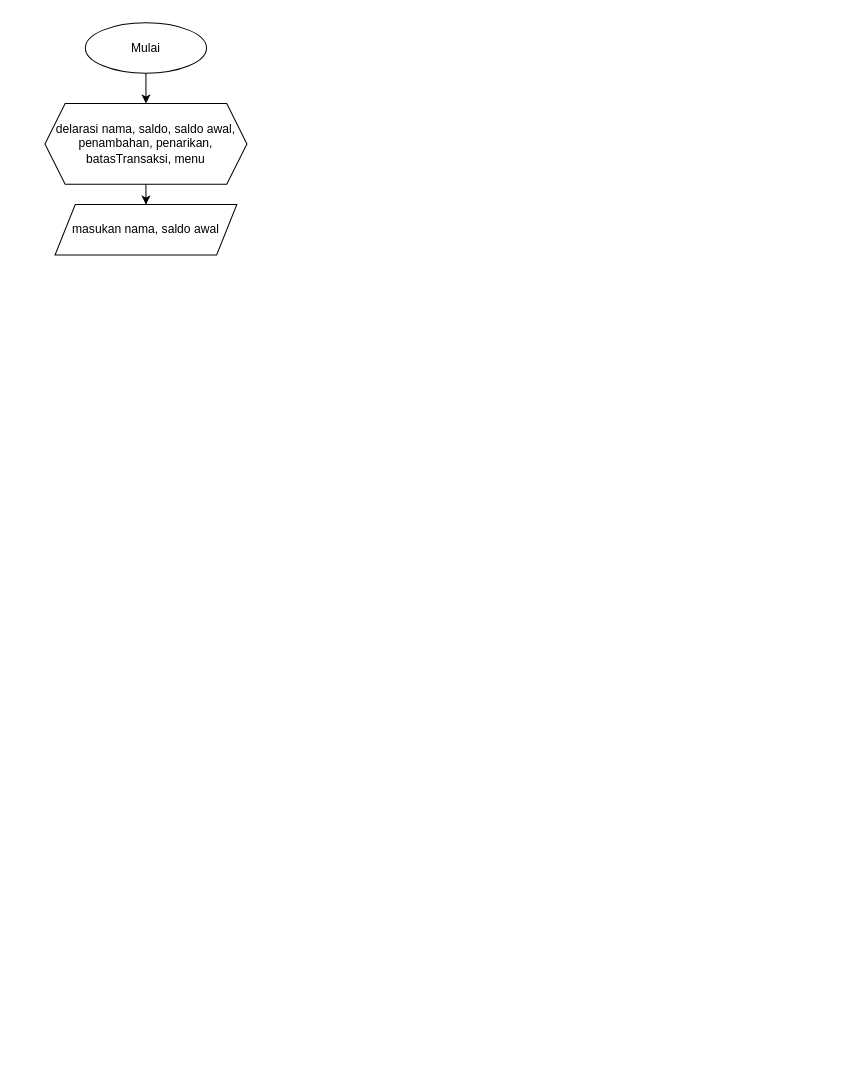
This is Untitled Diagram.drawio from zamzam-mugny/sage.github.io, a draw.io file, before an edit. Source tidied: cells renumbered, new cells numbered last; positions are measured from the earlier drawing's top-left corner, leaving out a move shared by most shapes. Both pictures are drawn from the tidied source at 101%, with x=0, y=0 at pixel (44, 22).
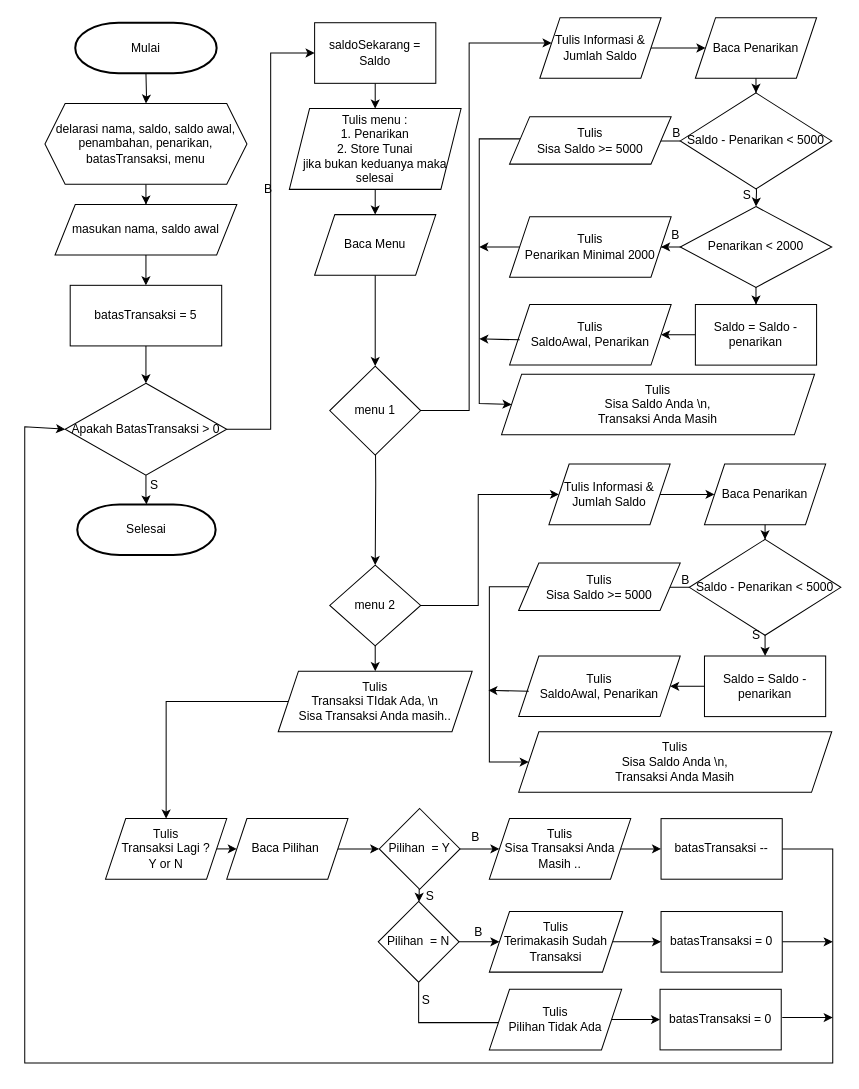
The same diagram, later.

Unchanged cells that the change refers to:
```xml
<mxCell id="5" value="delarasi nama, saldo, saldo awal, penambahan, penarikan, batasTransaksi, menu" style="shape=hexagon;perimeter=hexagonPerimeter2;whiteSpace=wrap;html=1;fixedSize=1;" parent="1" vertex="1">
  <mxGeometry y="80" width="200" height="80" as="geometry" />
</mxCell>
<mxCell id="6" value="masukan nama, saldo awal&lt;br&gt;" style="shape=parallelogram;perimeter=parallelogramPerimeter;whiteSpace=wrap;html=1;fixedSize=1;" parent="1" vertex="1">
  <mxGeometry x="10" y="180" width="180" height="50" as="geometry" />
</mxCell>
```

Diff of the diagram source:
```diff
@@
-    <mxCell id="2" style="edgeStyle=orthogonalEdgeStyle;rounded=0;jettySize=auto;html=1;" parent="1" edge="1" source="3" target="5">
-      <mxGeometry relative="1" as="geometry" />
+    <mxCell id="2" style="edgeStyle=orthogonalEdgeStyle;rounded=0;jettySize=auto;html=1;" parent="1" edge="1" target="5">
+      <mxGeometry relative="1" as="geometry">
+        <mxPoint x="100" y="50" as="sourcePoint" />
+      </mxGeometry>
     </mxCell>
-    <mxCell id="3" value="Mulai" style="ellipse;whiteSpace=wrap;html=1;" parent="1" vertex="1">
-      <mxGeometry x="40" width="120" height="50" as="geometry" />
-    </mxCell>
@@
+    <mxCell id="7" style="edgeStyle=orthogonalEdgeStyle;rounded=0;jettySize=auto;html=1;" parent="1" edge="1" source="6" target="17">
+      <mxGeometry relative="1" as="geometry" />
+    </mxCell>
@@
+    <mxCell id="8" style="edgeStyle=orthogonalEdgeStyle;rounded=0;jettySize=auto;html=1;entryX=0;entryY=0.5;entryDx=0;entryDy=0;" parent="1" edge="1" source="10" target="12">
+      <mxGeometry relative="1" as="geometry" />
+    </mxCell>
+    <mxCell id="9" style="edgeStyle=orthogonalEdgeStyle;rounded=0;jettySize=auto;html=1;" parent="1" edge="1" source="10" target="15">
+      <mxGeometry relative="1" as="geometry" />
+    </mxCell>
+    <mxCell id="10" value="Apakah BatasTransaksi &amp;gt; 0" style="rhombus;whiteSpace=wrap;html=1;" parent="1" vertex="1">
+      <mxGeometry x="20" y="357" width="160" height="91" as="geometry" />
+    </mxCell>
+    <mxCell id="11" style="edgeStyle=orthogonalEdgeStyle;rounded=0;jettySize=auto;html=1;" parent="1" edge="1" source="12" target="19">
+      <mxGeometry relative="1" as="geometry" />
+    </mxCell>
+    <mxCell id="12" value="saldoSekarang = Saldo" style="rounded=0;whiteSpace=wrap;html=1;" parent="1" vertex="1">
+      <mxGeometry x="267" width="120" height="60" as="geometry" />
+    </mxCell>
+    <mxCell id="13" value="B" style="text;html=1;align=center;verticalAlign=middle;strokeColor=none;fillColor=none;" parent="1" vertex="1">
+      <mxGeometry x="206" y="150" width="30" height="30" as="geometry" />
+    </mxCell>
+    <mxCell id="14" value="S" style="text;html=1;align=center;verticalAlign=middle;strokeColor=none;fillColor=none;" parent="1" vertex="1">
+      <mxGeometry x="93" y="443" width="30" height="30" as="geometry" />
+    </mxCell>
+    <mxCell id="3" value="Mulai" style="strokeWidth=2;html=1;shape=mxgraph.flowchart.terminator;whiteSpace=wrap;" parent="1" vertex="1">
+      <mxGeometry x="30" width="140" height="50" as="geometry" />
+    </mxCell>
+    <mxCell id="15" value="Selesai" style="strokeWidth=2;html=1;shape=mxgraph.flowchart.terminator;whiteSpace=wrap;" parent="1" vertex="1">
+      <mxGeometry x="32" y="477" width="137" height="50" as="geometry" />
+    </mxCell>
+    <mxCell id="16" style="edgeStyle=orthogonalEdgeStyle;rounded=0;jettySize=auto;html=1;" parent="1" edge="1" source="17" target="10">
+      <mxGeometry relative="1" as="geometry" />
+    </mxCell>
+    <mxCell id="17" value="batasTransaksi = 5" style="rounded=0;whiteSpace=wrap;html=1;" parent="1" vertex="1">
+      <mxGeometry x="25" y="260" width="150" height="60" as="geometry" />
+    </mxCell>
+    <mxCell id="18" style="edgeStyle=orthogonalEdgeStyle;rounded=0;jettySize=auto;html=1;" parent="1" edge="1" source="19" target="21">
+      <mxGeometry relative="1" as="geometry" />
+    </mxCell>
+    <mxCell id="19" value="Tulis menu :&lt;br&gt;1. Penarikan&lt;br&gt;2. Store Tunai&lt;br&gt;jika bukan keduanya maka selesai" style="shape=parallelogram;perimeter=parallelogramPerimeter;whiteSpace=wrap;html=1;fixedSize=1;" parent="1" vertex="1">
+      <mxGeometry x="242" y="85" width="170" height="80" as="geometry" />
+    </mxCell>
+    <mxCell id="20" style="edgeStyle=orthogonalEdgeStyle;rounded=0;jettySize=auto;html=1;" parent="1" edge="1" source="21" target="24">
+      <mxGeometry relative="1" as="geometry" />
+    </mxCell>
+    <mxCell id="21" value="Baca Menu" style="shape=parallelogram;perimeter=parallelogramPerimeter;whiteSpace=wrap;html=1;fixedSize=1;" parent="1" vertex="1">
+      <mxGeometry x="267" y="190" width="120" height="60" as="geometry" />
+    </mxCell>
+    <mxCell id="22" style="edgeStyle=orthogonalEdgeStyle;rounded=0;jettySize=auto;html=1;" parent="1" edge="1" target="26">
+      <mxGeometry relative="1" as="geometry">
+        <mxPoint x="327" y="375" as="sourcePoint" />
+      </mxGeometry>
+    </mxCell>
+    <mxCell id="23" style="edgeStyle=orthogonalEdgeStyle;rounded=0;jettySize=auto;html=1;" parent="1" edge="1" source="24" target="28">
+      <mxGeometry relative="1" as="geometry">
+        <Array as="points">
+          <mxPoint x="420" y="384" />
+          <mxPoint x="420" y="20" />
+        </Array>
+      </mxGeometry>
+    </mxCell>
+    <mxCell id="24" value="menu 1" style="rhombus;whiteSpace=wrap;html=1;" parent="1" vertex="1">
+      <mxGeometry x="282" y="340" width="90" height="88" as="geometry" />
+    </mxCell>
+    <mxCell id="25" style="edgeStyle=none;rounded=0;jettySize=auto;html=1;" parent="1" edge="1" source="26" target="67">
+      <mxGeometry relative="1" as="geometry" />
+    </mxCell>
+    <mxCell id="26" value="menu 2" style="rhombus;whiteSpace=wrap;html=1;" parent="1" vertex="1">
+      <mxGeometry x="282" y="537" width="90" height="80" as="geometry" />
+    </mxCell>
+    <mxCell id="27" style="edgeStyle=orthogonalEdgeStyle;rounded=0;jettySize=auto;html=1;" parent="1" edge="1" source="28" target="30">
+      <mxGeometry relative="1" as="geometry" />
+    </mxCell>
+    <mxCell id="28" value="Tulis Informasi &amp;amp; Jumlah Saldo" style="shape=parallelogram;perimeter=parallelogramPerimeter;whiteSpace=wrap;html=1;fixedSize=1;" parent="1" vertex="1">
+      <mxGeometry x="490" y="-5" width="120" height="60" as="geometry" />
+    </mxCell>
+    <mxCell id="29" style="edgeStyle=orthogonalEdgeStyle;rounded=0;jettySize=auto;html=1;" parent="1" edge="1" source="30" target="33">
+      <mxGeometry relative="1" as="geometry" />
+    </mxCell>
+    <mxCell id="30" value="Baca Penarikan" style="shape=parallelogram;perimeter=parallelogramPerimeter;whiteSpace=wrap;html=1;fixedSize=1;" parent="1" vertex="1">
+      <mxGeometry x="644" y="-5" width="120" height="60" as="geometry" />
+    </mxCell>
+    <mxCell id="31" style="edgeStyle=orthogonalEdgeStyle;rounded=0;jettySize=auto;html=1;" parent="1" edge="1" source="33" target="35">
+      <mxGeometry relative="1" as="geometry" />
+    </mxCell>
+    <mxCell id="32" style="edgeStyle=orthogonalEdgeStyle;rounded=0;jettySize=auto;html=1;" parent="1" edge="1" target="40">
+      <mxGeometry relative="1" as="geometry">
+        <mxPoint x="704" y="146.5" as="sourcePoint" />
+      </mxGeometry>
+    </mxCell>
+    <mxCell id="33" value="Saldo - Penarikan &amp;lt; 5000" style="rhombus;whiteSpace=wrap;html=1;" parent="1" vertex="1">
+      <mxGeometry x="629" y="69.5" width="150" height="95" as="geometry" />
+    </mxCell>
+    <mxCell id="34" style="edgeStyle=orthogonalEdgeStyle;rounded=0;jettySize=auto;html=1;entryX=0;entryY=0.5;entryDx=0;entryDy=0;" parent="1" edge="1" source="35" target="45">
+      <mxGeometry relative="1" as="geometry">
+        <Array as="points">
+          <mxPoint x="430" y="115" />
+          <mxPoint x="430" y="377" />
+          <mxPoint x="462" y="377" />
+        </Array>
+      </mxGeometry>
+    </mxCell>
+    <mxCell id="35" value="Tulis &lt;br&gt;Sisa Saldo &amp;gt;= 5000" style="shape=parallelogram;perimeter=parallelogramPerimeter;whiteSpace=wrap;html=1;fixedSize=1;" parent="1" vertex="1">
+      <mxGeometry x="460" y="93" width="160" height="47" as="geometry" />
+    </mxCell>
+    <mxCell id="36" value="B" style="text;html=1;align=center;verticalAlign=middle;strokeColor=none;fillColor=none;" parent="1" vertex="1">
+      <mxGeometry x="610" y="95" width="30" height="30" as="geometry" />
+    </mxCell>
+    <mxCell id="37" value="S" style="text;html=1;align=center;verticalAlign=middle;strokeColor=none;fillColor=none;" parent="1" vertex="1">
+      <mxGeometry x="680" y="155.5" width="30" height="30" as="geometry" />
+    </mxCell>
+    <mxCell id="38" style="edgeStyle=orthogonalEdgeStyle;rounded=0;jettySize=auto;html=1;" parent="1" edge="1" source="40" target="41">
+      <mxGeometry relative="1" as="geometry" />
+    </mxCell>
+    <mxCell id="39" style="edgeStyle=orthogonalEdgeStyle;rounded=0;jettySize=auto;html=1;" parent="1" edge="1" source="40" target="43">
+      <mxGeometry relative="1" as="geometry" />
+    </mxCell>
+    <mxCell id="40" value="Penarikan &amp;lt; 2000" style="rhombus;whiteSpace=wrap;html=1;" parent="1" vertex="1">
+      <mxGeometry x="629" y="182" width="150" height="80" as="geometry" />
+    </mxCell>
+    <mxCell id="41" value="Tulis&lt;br&gt;Penarikan Minimal 2000" style="shape=parallelogram;perimeter=parallelogramPerimeter;whiteSpace=wrap;html=1;fixedSize=1;" parent="1" vertex="1">
+      <mxGeometry x="460" y="192" width="160" height="60" as="geometry" />
+    </mxCell>
+    <mxCell id="42" style="edgeStyle=orthogonalEdgeStyle;rounded=0;jettySize=auto;html=1;" parent="1" edge="1" source="43" target="44">
+      <mxGeometry relative="1" as="geometry" />
+    </mxCell>
+    <mxCell id="43" value="Saldo = Saldo - penarikan" style="rounded=0;whiteSpace=wrap;html=1;" parent="1" vertex="1">
+      <mxGeometry x="644" y="279" width="120" height="60" as="geometry" />
+    </mxCell>
+    <mxCell id="44" value="Tulis&lt;br&gt;SaldoAwal, Penarikan" style="shape=parallelogram;perimeter=parallelogramPerimeter;whiteSpace=wrap;html=1;fixedSize=1;" parent="1" vertex="1">
+      <mxGeometry x="460" y="279" width="160" height="60" as="geometry" />
+    </mxCell>
+    <mxCell id="45" value="Tulis&lt;br&gt;Sisa Saldo Anda \n,&lt;br&gt;Transaksi Anda Masih" style="shape=parallelogram;perimeter=parallelogramPerimeter;whiteSpace=wrap;html=1;fixedSize=1;" parent="1" vertex="1">
+      <mxGeometry x="452" y="348" width="310" height="60" as="geometry" />
+    </mxCell>
+    <mxCell id="46" style="edgeStyle=none;jettySize=auto;html=1;rounded=0;" parent="1" edge="1" source="41">
+      <mxGeometry relative="1" as="geometry">
+        <mxPoint x="430" y="222" as="targetPoint" />
+      </mxGeometry>
+    </mxCell>
+    <mxCell id="47" style="edgeStyle=none;orthogonalLoop=1;jettySize=auto;html=1;rounded=0;" parent="1" edge="1">
+      <mxGeometry relative="1" as="geometry">
+        <mxPoint x="470" y="314" as="sourcePoint" />
+        <mxPoint x="430" y="313" as="targetPoint" />
+      </mxGeometry>
+    </mxCell>
+    <mxCell id="48" style="edgeStyle=orthogonalEdgeStyle;rounded=0;jettySize=auto;html=1;" parent="1" edge="1" source="49" target="51">
+      <mxGeometry relative="1" as="geometry" />
+    </mxCell>
+    <mxCell id="49" value="Tulis Informasi &amp;amp; Jumlah Saldo" style="shape=parallelogram;perimeter=parallelogramPerimeter;whiteSpace=wrap;html=1;fixedSize=1;" parent="1" vertex="1">
+      <mxGeometry x="499" y="437" width="120" height="60" as="geometry" />
+    </mxCell>
+    <mxCell id="50" style="edgeStyle=orthogonalEdgeStyle;rounded=0;jettySize=auto;html=1;" parent="1" edge="1" source="51" target="54">
+      <mxGeometry relative="1" as="geometry" />
+    </mxCell>
+    <mxCell id="51" value="Baca Penarikan" style="shape=parallelogram;perimeter=parallelogramPerimeter;whiteSpace=wrap;html=1;fixedSize=1;" parent="1" vertex="1">
+      <mxGeometry x="653" y="437" width="120" height="60" as="geometry" />
+    </mxCell>
+    <mxCell id="52" style="edgeStyle=orthogonalEdgeStyle;rounded=0;jettySize=auto;html=1;" parent="1" edge="1" source="54" target="56">
+      <mxGeometry relative="1" as="geometry" />
+    </mxCell>
+    <mxCell id="53" style="edgeStyle=orthogonalEdgeStyle;rounded=0;orthogonalLoop=1;jettySize=auto;html=1;" parent="1" edge="1">
+      <mxGeometry relative="1" as="geometry">
+        <mxPoint x="713" y="591.5" as="sourcePoint" />
+        <mxPoint x="713" y="627" as="targetPoint" />
+      </mxGeometry>
+    </mxCell>
+    <mxCell id="54" value="Saldo - Penarikan &amp;lt; 5000" style="rhombus;whiteSpace=wrap;html=1;" parent="1" vertex="1">
+      <mxGeometry x="638" y="511.5" width="150" height="95" as="geometry" />
+    </mxCell>
+    <mxCell id="55" style="edgeStyle=orthogonalEdgeStyle;rounded=0;jettySize=auto;html=1;entryX=0;entryY=0.5;entryDx=0;entryDy=0;exitX=0;exitY=0.5;exitDx=0;exitDy=0;" parent="1" edge="1" source="56" target="63">
+      <mxGeometry relative="1" as="geometry">
+        <Array as="points">
+          <mxPoint x="440" y="559" />
+          <mxPoint x="440" y="732" />
+        </Array>
+      </mxGeometry>
+    </mxCell>
+    <mxCell id="56" value="Tulis &lt;br&gt;Sisa Saldo &amp;gt;= 5000" style="shape=parallelogram;perimeter=parallelogramPerimeter;whiteSpace=wrap;html=1;fixedSize=1;" parent="1" vertex="1">
+      <mxGeometry x="469" y="535" width="160" height="47" as="geometry" />
+    </mxCell>
+    <mxCell id="57" value="B" style="text;html=1;align=center;verticalAlign=middle;strokeColor=none;fillColor=none;" parent="1" vertex="1">
+      <mxGeometry x="619" y="537" width="30" height="30" as="geometry" />
+    </mxCell>
+    <mxCell id="58" value="S" style="text;html=1;align=center;verticalAlign=middle;strokeColor=none;fillColor=none;" parent="1" vertex="1">
+      <mxGeometry x="689" y="591.5" width="30" height="30" as="geometry" />
+    </mxCell>
+    <mxCell id="59" style="edgeStyle=orthogonalEdgeStyle;rounded=0;orthogonalLoop=1;jettySize=auto;html=1;" parent="1" edge="1">
+      <mxGeometry relative="1" as="geometry">
+        <mxPoint x="638" y="745" as="sourcePoint" />
+      </mxGeometry>
+    </mxCell>
+    <mxCell id="60" style="edgeStyle=orthogonalEdgeStyle;rounded=0;jettySize=auto;html=1;" parent="1" edge="1" source="61" target="62">
+      <mxGeometry relative="1" as="geometry" />
+    </mxCell>
+    <mxCell id="61" value="Saldo = Saldo - penarikan" style="rounded=0;whiteSpace=wrap;html=1;" parent="1" vertex="1">
+      <mxGeometry x="653" y="627" width="120" height="60" as="geometry" />
+    </mxCell>
+    <mxCell id="62" value="Tulis&lt;br&gt;SaldoAwal, Penarikan" style="shape=parallelogram;perimeter=parallelogramPerimeter;whiteSpace=wrap;html=1;fixedSize=1;" parent="1" vertex="1">
+      <mxGeometry x="469" y="627" width="160" height="60" as="geometry" />
+    </mxCell>
+    <mxCell id="63" value="Tulis&lt;br&gt;Sisa Saldo Anda \n,&lt;br&gt;Transaksi Anda Masih" style="shape=parallelogram;perimeter=parallelogramPerimeter;whiteSpace=wrap;html=1;fixedSize=1;" parent="1" vertex="1">
+      <mxGeometry x="469" y="702" width="310" height="60" as="geometry" />
+    </mxCell>
+    <mxCell id="64" style="edgeStyle=none;orthogonalLoop=1;jettySize=auto;html=1;rounded=0;" parent="1" edge="1">
+      <mxGeometry relative="1" as="geometry">
+        <mxPoint x="479" y="662" as="sourcePoint" />
+        <mxPoint x="439" y="661" as="targetPoint" />
+      </mxGeometry>
+    </mxCell>
+    <mxCell id="65" style="edgeStyle=orthogonalEdgeStyle;rounded=0;jettySize=auto;html=1;exitX=1;exitY=0.5;exitDx=0;exitDy=0;" parent="1" edge="1" source="26" target="49">
+      <mxGeometry relative="1" as="geometry">
+        <Array as="points">
+          <mxPoint x="429" y="577" />
+          <mxPoint x="429" y="467" />
+        </Array>
+      </mxGeometry>
+    </mxCell>
+    <mxCell id="66" style="edgeStyle=none;rounded=0;jettySize=auto;html=1;" parent="1" edge="1" source="67" target="69">
+      <mxGeometry relative="1" as="geometry">
+        <Array as="points">
+          <mxPoint x="120" y="672" />
+        </Array>
+      </mxGeometry>
+    </mxCell>
+    <mxCell id="67" value="Tulis&lt;br&gt;Transaksi TIdak Ada, \n&lt;br&gt;Sisa Transaksi Anda masih.." style="shape=parallelogram;perimeter=parallelogramPerimeter;whiteSpace=wrap;html=1;fixedSize=1;" parent="1" vertex="1">
+      <mxGeometry x="231" y="642" width="192" height="60" as="geometry" />
+    </mxCell>
+    <mxCell id="68" style="edgeStyle=none;rounded=0;jettySize=auto;html=1;" parent="1" edge="1" source="69" target="71">
+      <mxGeometry relative="1" as="geometry" />
+    </mxCell>
+    <mxCell id="69" value="Tulis &lt;br&gt;Transaksi Lagi ?&lt;br&gt;Y or N" style="shape=parallelogram;perimeter=parallelogramPerimeter;whiteSpace=wrap;html=1;fixedSize=1;" parent="1" vertex="1">
+      <mxGeometry x="60" y="788" width="120" height="60" as="geometry" />
+    </mxCell>
+    <mxCell id="70" style="edgeStyle=none;rounded=0;jettySize=auto;html=1;" parent="1" edge="1" source="71" target="74">
+      <mxGeometry relative="1" as="geometry" />
+    </mxCell>
+    <mxCell id="71" value="Baca Pilihan&amp;nbsp;" style="shape=parallelogram;perimeter=parallelogramPerimeter;whiteSpace=wrap;html=1;fixedSize=1;" parent="1" vertex="1">
+      <mxGeometry x="180" y="788" width="120" height="60" as="geometry" />
+    </mxCell>
+    <mxCell id="72" style="edgeStyle=none;rounded=0;jettySize=auto;html=1;" parent="1" edge="1" source="74" target="77">
+      <mxGeometry relative="1" as="geometry" />
+    </mxCell>
+    <mxCell id="73" style="edgeStyle=none;rounded=0;jettySize=auto;html=1;" parent="1" edge="1" source="74" target="79">
+      <mxGeometry relative="1" as="geometry" />
+    </mxCell>
+    <mxCell id="74" value="Pilihan&amp;nbsp; = Y" style="rhombus;whiteSpace=wrap;html=1;" parent="1" vertex="1">
+      <mxGeometry x="331" y="778" width="80" height="80" as="geometry" />
+    </mxCell>
+    <mxCell id="75" style="edgeStyle=none;rounded=0;jettySize=auto;html=1;" parent="1" edge="1" source="77" target="83">
+      <mxGeometry relative="1" as="geometry" />
+    </mxCell>
+    <mxCell id="76" style="edgeStyle=none;rounded=0;jettySize=auto;html=1;" parent="1" edge="1" source="77">
+      <mxGeometry relative="1" as="geometry">
+        <mxPoint x="470" y="990" as="targetPoint" />
+        <Array as="points">
+          <mxPoint x="370" y="990" />
+        </Array>
+      </mxGeometry>
+    </mxCell>
+    <mxCell id="77" value="Pilihan&amp;nbsp; = N" style="rhombus;whiteSpace=wrap;html=1;" parent="1" vertex="1">
+      <mxGeometry x="330" y="870" width="80" height="80" as="geometry" />
+    </mxCell>
+    <mxCell id="78" style="edgeStyle=none;rounded=0;jettySize=auto;html=1;" parent="1" edge="1" source="79" target="81">
+      <mxGeometry relative="1" as="geometry" />
+    </mxCell>
+    <mxCell id="79" value="Tulis&lt;br&gt;Sisa Transaksi Anda Masih .." style="shape=parallelogram;perimeter=parallelogramPerimeter;whiteSpace=wrap;html=1;fixedSize=1;" parent="1" vertex="1">
+      <mxGeometry x="440" y="788" width="140" height="60" as="geometry" />
+    </mxCell>
+    <mxCell id="80" style="edgeStyle=none;rounded=0;jettySize=auto;html=1;entryX=0;entryY=0.5;entryDx=0;entryDy=0;" parent="1" edge="1" source="81" target="10">
+      <mxGeometry relative="1" as="geometry">
+        <Array as="points">
+          <mxPoint x="780" y="818" />
+          <mxPoint x="780" y="1030" />
+          <mxPoint x="-20" y="1030" />
+          <mxPoint x="-20" y="400" />
+        </Array>
+      </mxGeometry>
+    </mxCell>
+    <mxCell id="81" value="batasTransaksi --" style="rounded=0;whiteSpace=wrap;html=1;" parent="1" vertex="1">
+      <mxGeometry x="610" y="788" width="120" height="60" as="geometry" />
+    </mxCell>
+    <mxCell id="82" style="edgeStyle=none;rounded=0;jettySize=auto;html=1;" parent="1" edge="1" source="83" target="85">
+      <mxGeometry relative="1" as="geometry" />
+    </mxCell>
+    <mxCell id="83" value="Tulis&lt;br&gt;Terimakasih Sudah Transaksi" style="shape=parallelogram;perimeter=parallelogramPerimeter;whiteSpace=wrap;html=1;fixedSize=1;" parent="1" vertex="1">
+      <mxGeometry x="440" y="880" width="132" height="60" as="geometry" />
+    </mxCell>
+    <mxCell id="84" style="edgeStyle=none;rounded=0;jettySize=auto;html=1;" parent="1" edge="1" source="85">
+      <mxGeometry relative="1" as="geometry">
+        <mxPoint x="780" y="910" as="targetPoint" />
+      </mxGeometry>
+    </mxCell>
+    <mxCell id="85" value="batasTransaksi = 0" style="rounded=0;whiteSpace=wrap;html=1;" parent="1" vertex="1">
+      <mxGeometry x="610" y="880" width="120" height="60" as="geometry" />
+    </mxCell>
+    <mxCell id="86" style="edgeStyle=none;rounded=0;jettySize=auto;html=1;" parent="1" edge="1" source="87" target="88">
+      <mxGeometry relative="1" as="geometry" />
+    </mxCell>
+    <mxCell id="87" value="Tulis&lt;br&gt;Pilihan Tidak Ada" style="shape=parallelogram;perimeter=parallelogramPerimeter;whiteSpace=wrap;html=1;fixedSize=1;" parent="1" vertex="1">
+      <mxGeometry x="440" y="957" width="131" height="60" as="geometry" />
+    </mxCell>
+    <mxCell id="88" value="batasTransaksi = 0" style="rounded=0;whiteSpace=wrap;html=1;" parent="1" vertex="1">
+      <mxGeometry x="609" y="957" width="120" height="60" as="geometry" />
+    </mxCell>
+    <mxCell id="89" style="edgeStyle=none;rounded=0;orthogonalLoop=1;jettySize=auto;html=1;" parent="1" edge="1">
+      <mxGeometry relative="1" as="geometry">
+        <mxPoint x="730" y="985" as="sourcePoint" />
+        <mxPoint x="780" y="985" as="targetPoint" />
+      </mxGeometry>
+    </mxCell>
+    <mxCell id="90" value="B" style="text;html=1;align=center;verticalAlign=middle;strokeColor=none;fillColor=none;" parent="1" vertex="1">
+      <mxGeometry x="609" y="196" width="30" height="30" as="geometry" />
+    </mxCell>
+    <mxCell id="91" value="B" style="text;html=1;align=center;verticalAlign=middle;strokeColor=none;fillColor=none;" parent="1" vertex="1">
+      <mxGeometry x="411" y="792" width="30" height="30" as="geometry" />
+    </mxCell>
+    <mxCell id="92" value="B" style="text;html=1;align=center;verticalAlign=middle;strokeColor=none;fillColor=none;" parent="1" vertex="1">
+      <mxGeometry x="414" y="886" width="30" height="30" as="geometry" />
+    </mxCell>
+    <mxCell id="93" value="S" style="text;html=1;align=center;verticalAlign=middle;strokeColor=none;fillColor=none;" parent="1" vertex="1">
+      <mxGeometry x="362" y="953" width="30" height="30" as="geometry" />
+    </mxCell>
+    <mxCell id="94" value="S" style="text;html=1;align=center;verticalAlign=middle;strokeColor=none;fillColor=none;" parent="1" vertex="1">
+      <mxGeometry x="366" y="850" width="30" height="30" as="geometry" />
+    </mxCell>
```
